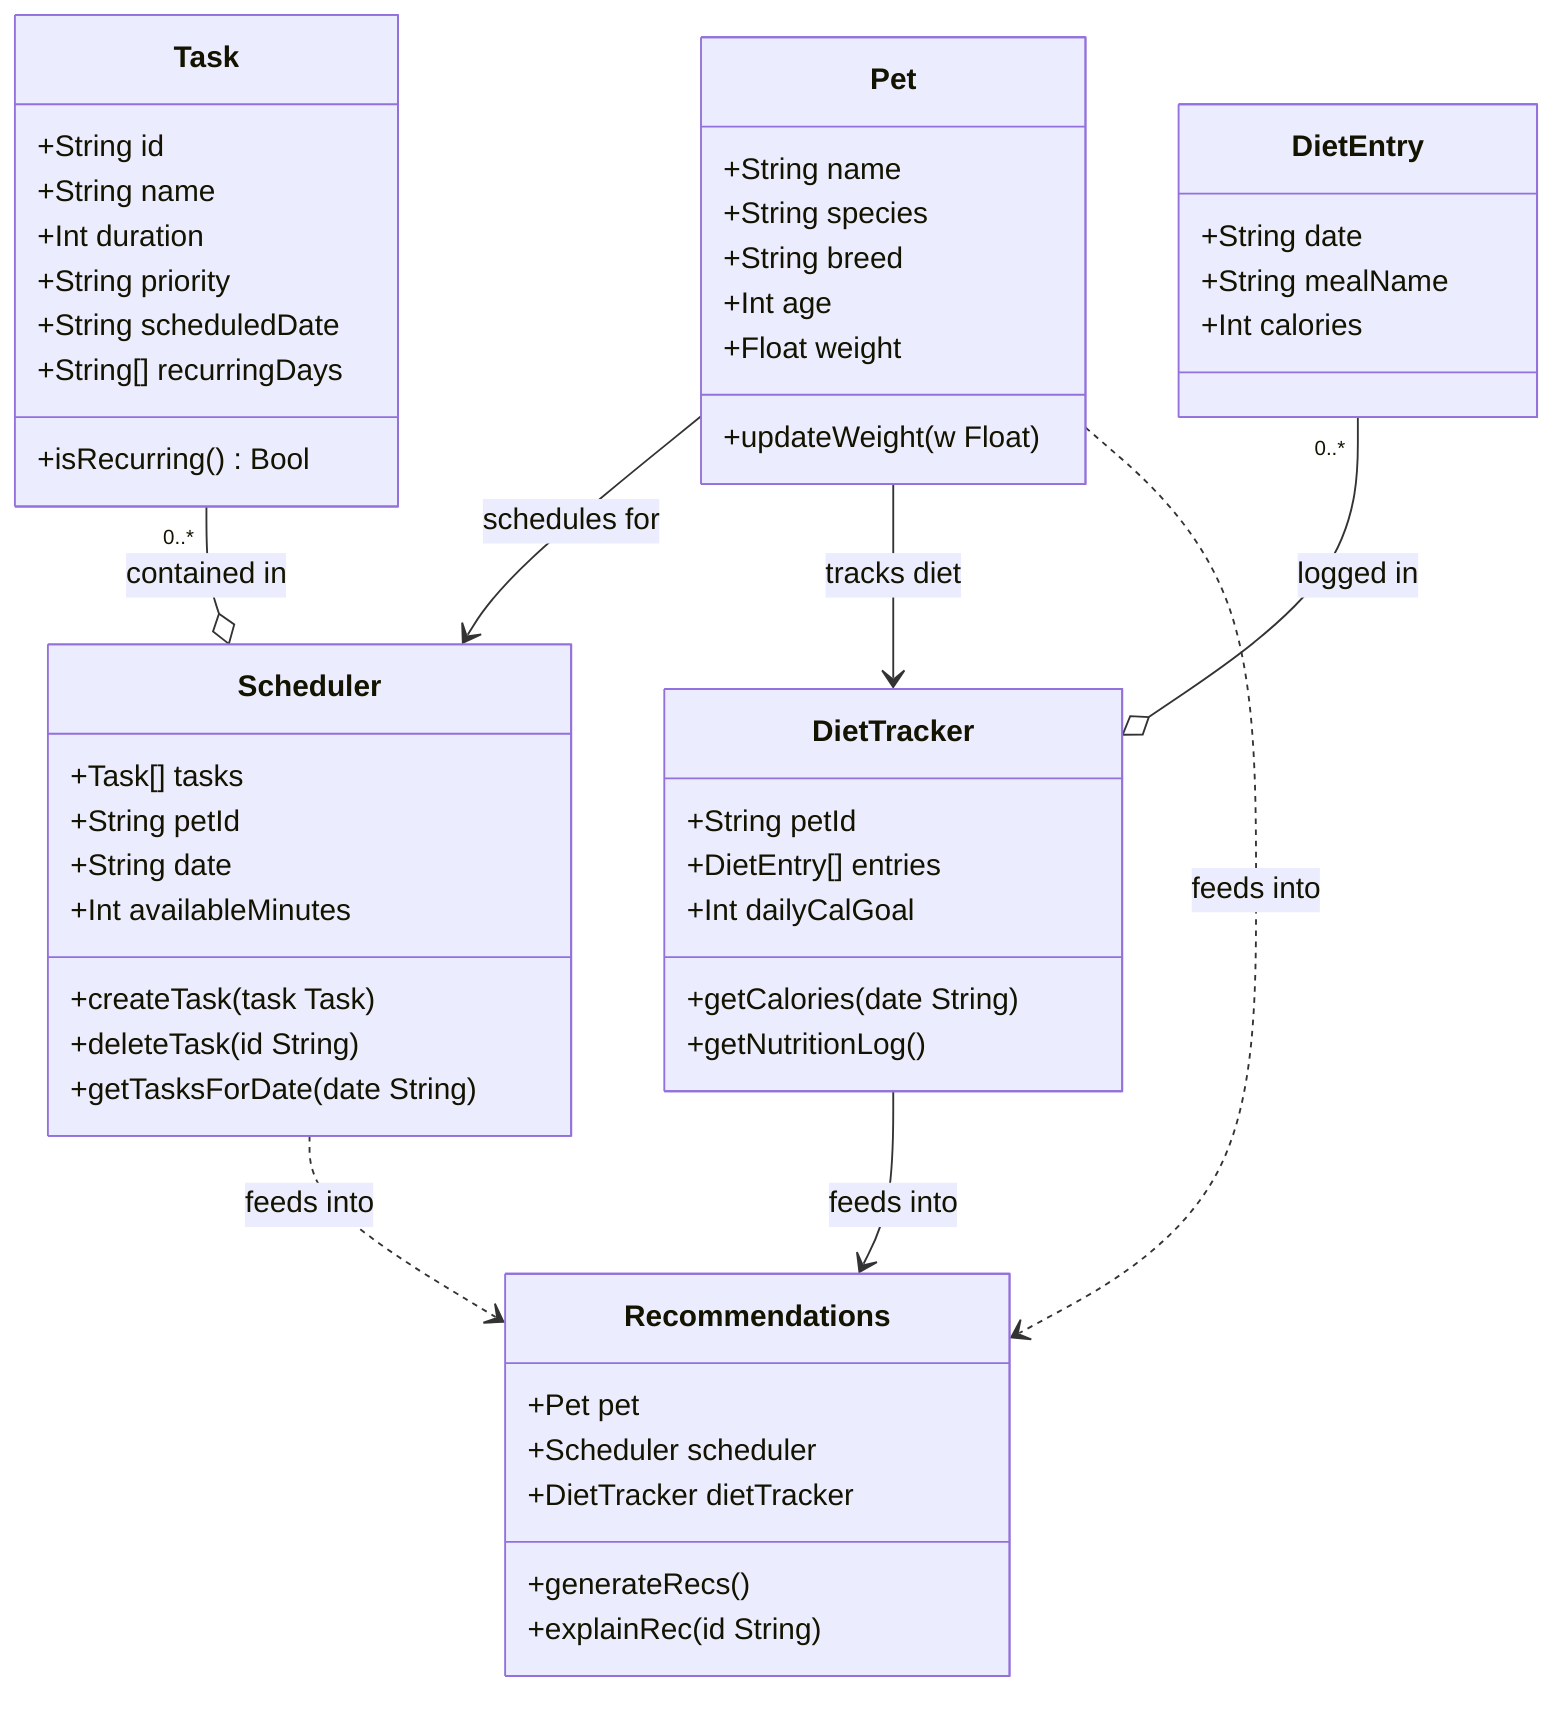
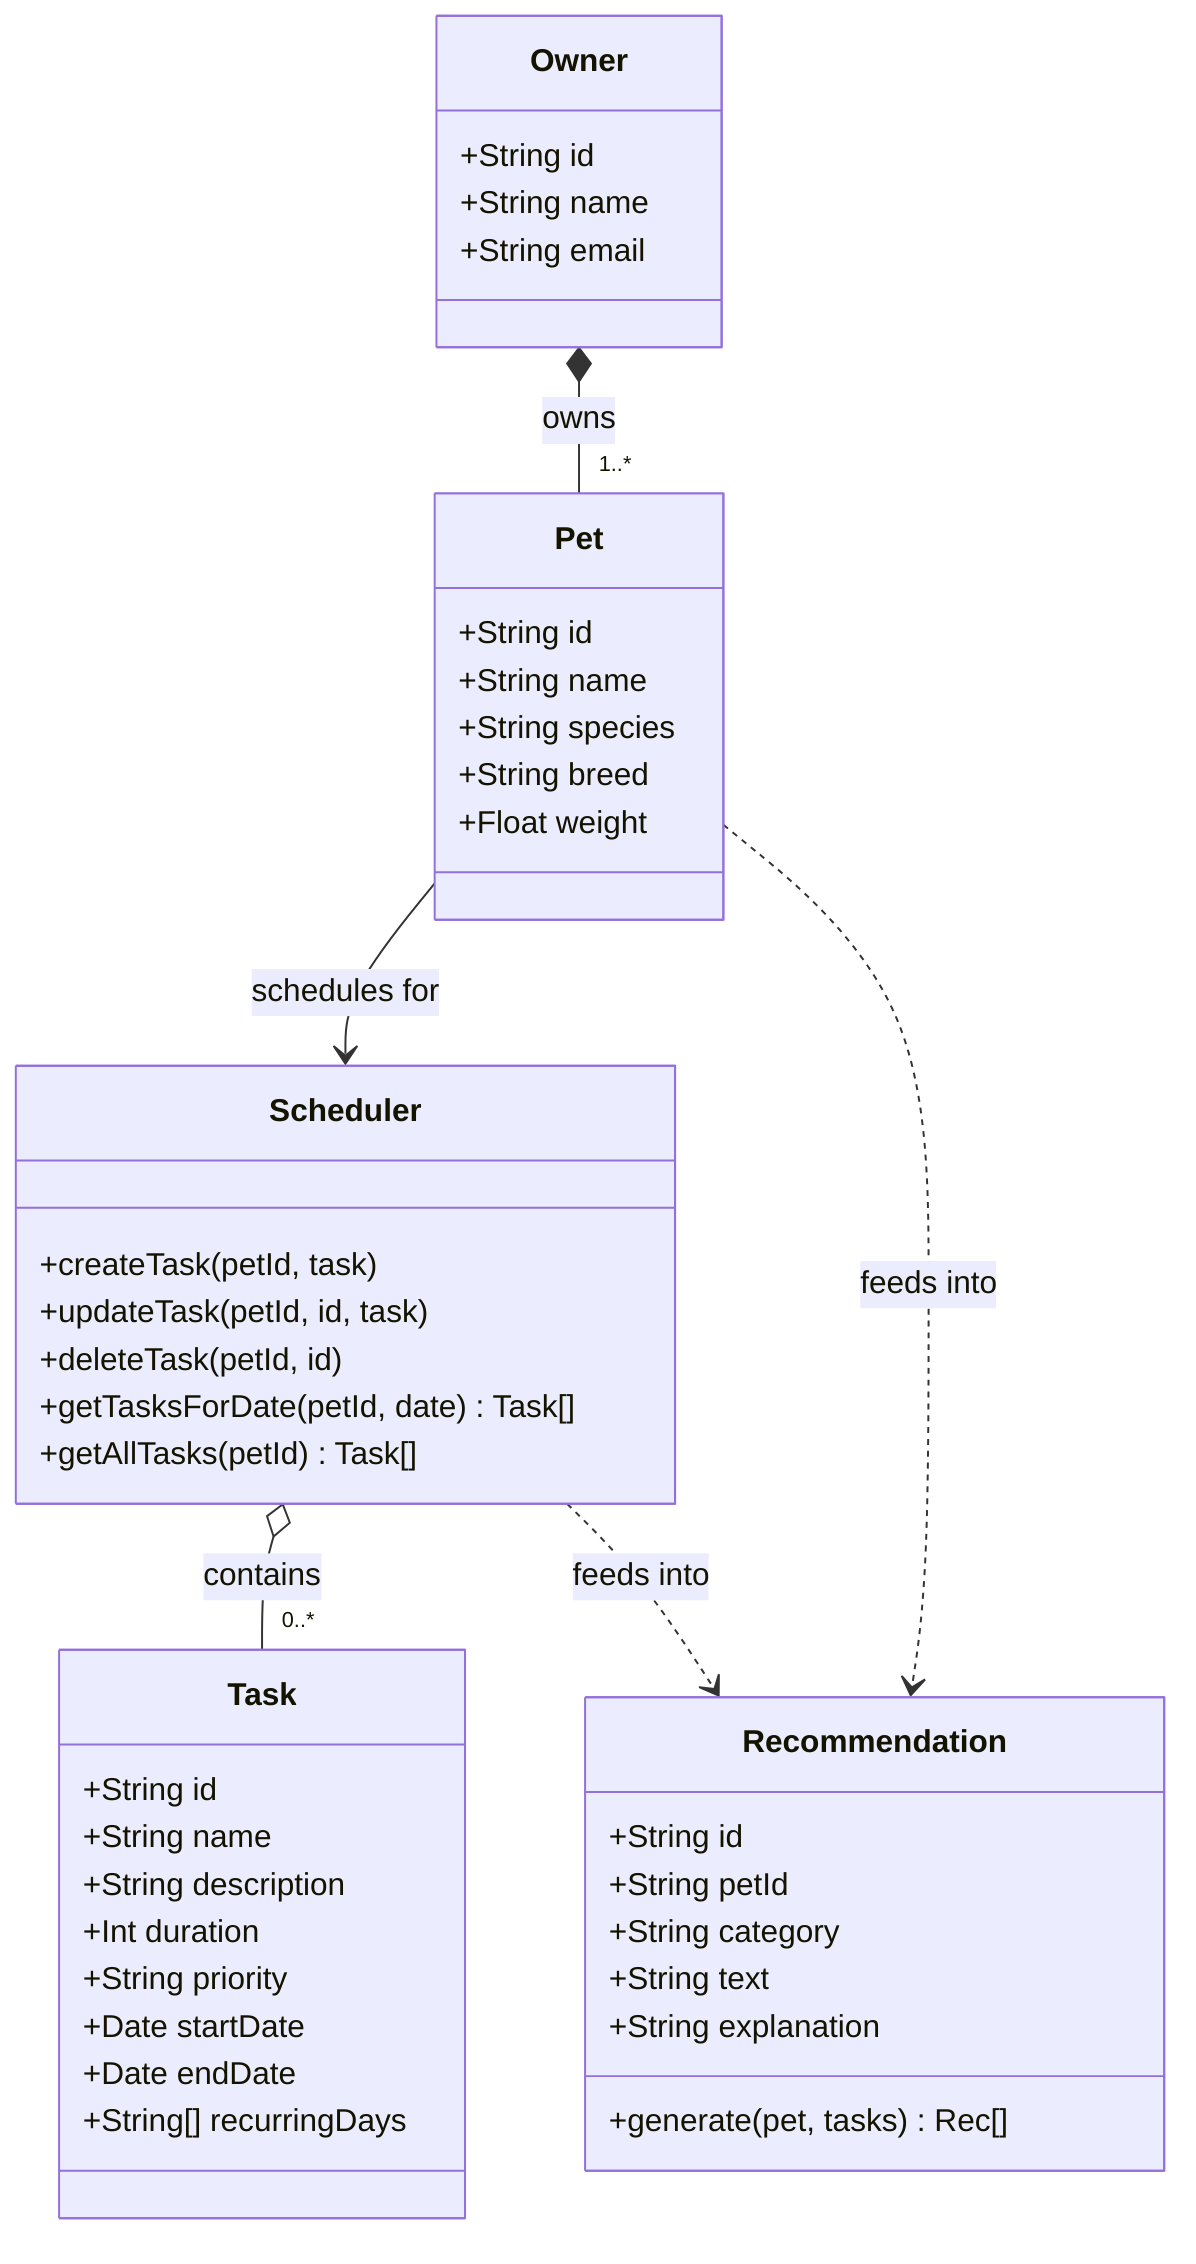
classDiagram
+   class Owner {
+     +String id
+     +String name
+     +String email
+   }
  class Pet {
+     +String id
    +String name
    +String species
    +String breed
-     +Int age
    +Float weight
-     +updateWeight(w Float)
  }
- 
+   class Scheduler {
+     +createTask(petId, task)
+     +updateTask(petId, id, task)
+     +deleteTask(petId, id)
+     +getTasksForDate(petId, date) Task[]
+     +getAllTasks(petId) Task[]
+   }
  class Task {
    +String id
    +String name
+     +String description
    +Int duration
    +String priority
-     +String scheduledDate
+     +Date startDate
+     +Date endDate
    +String[] recurringDays
-     +isRecurring() Bool
+   }
+   class Recommendation {
+     +String id
+     +String petId
+     +String category
+     +String text
+     +String explanation
+     +generate(pet, tasks) Rec[]
  }

-   class DietEntry {
-     +String date
-     +String mealName
-     +Int calories
-   }
- 
-   class Scheduler {
-     +Task[] tasks
-     +String petId
-     +String date
-     +Int availableMinutes
-     +createTask(task Task)
-     +deleteTask(id String)
-     +getTasksForDate(date String)
-   }
- 
-   class DietTracker {
-     +String petId
-     +DietEntry[] entries
-     +Int dailyCalGoal
-     +getCalories(date String)
-     +getNutritionLog()
-   }
- 
-   class Recommendations {
-     +Pet pet
-     +Scheduler scheduler
-     +DietTracker dietTracker
-     +generateRecs()
-     +explainRec(id String)
-   }
- 
+   Owner *-- "1..*" Pet : owns
  Pet --> Scheduler : schedules for
-   Pet --> DietTracker : tracks diet
-   Task "0..*" --o Scheduler : contained in
-   DietEntry "0..*" --o DietTracker : logged in
-   Scheduler ..> Recommendations : feeds into
-   DietTracker --> Recommendations : feeds into
-   Pet ..> Recommendations : feeds into
+   Scheduler o-- "0..*" Task : contains
+   Pet ..> Recommendation : feeds into
+   Scheduler ..> Recommendation : feeds into
